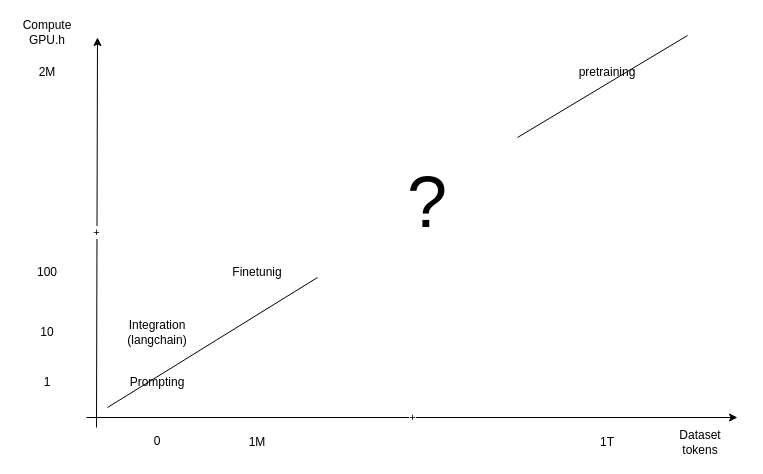
Above: llmos.drawio in cerisara/draws (draw.io), before the change. Source tidied: cells renumbered, new cells numbered last; positions are measured from the earlier drawing's top-left corner, leaving out a move shared by most shapes. Both pictures are drawn from the tidied source at 100%, with x=0, y=0 at pixel (17, 17). Pictures stored in the file or linked from it are replaced by grey dashed boxes.
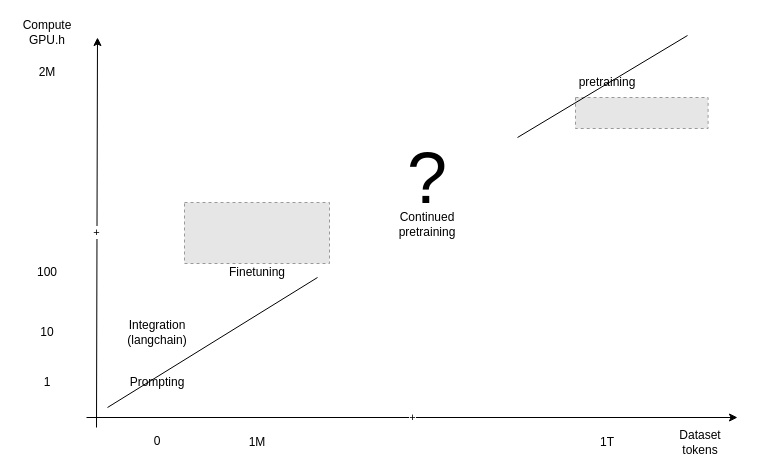
The same page after the edit.

The edit, as a diff of the source:
```diff
@@
+    <mxCell id="20" style="fillColor=#E6E6E6;strokeColor=#999999;dashed=1;html=1;verticalLabelPosition=bottom;verticalAlign=top;" parent="1" vertex="1">
+      <mxGeometry x="558" y="80" width="132.6" height="31" as="geometry" />
+    </mxCell>
@@
-    <mxCell id="7" value="Finetunig" style="text;html=1;strokeColor=none;fillColor=none;align=center;verticalAlign=middle;whiteSpace=wrap;rounded=0;" parent="1" vertex="1">
+    <mxCell id="7" value="Finetuning" style="text;html=1;strokeColor=none;fillColor=none;align=center;verticalAlign=middle;whiteSpace=wrap;rounded=0;" parent="1" vertex="1">
       <mxGeometry x="210" y="240" width="60" height="30" as="geometry" />
     </mxCell>
     <mxCell id="8" value="pretraining" style="text;html=1;strokeColor=none;fillColor=none;align=center;verticalAlign=middle;whiteSpace=wrap;rounded=0;" parent="1" vertex="1">
-      <mxGeometry x="560" y="40" width="60" height="30" as="geometry" />
+      <mxGeometry x="560" y="50" width="60" height="30" as="geometry" />
     </mxCell>
@@
     <mxCell id="17" value="&lt;font style=&quot;font-size: 72px;&quot;&gt;?&lt;/font&gt;" style="text;html=1;strokeColor=none;fillColor=none;align=center;verticalAlign=middle;whiteSpace=wrap;rounded=0;" parent="1" vertex="1">
-      <mxGeometry x="380" y="170" width="60" height="30" as="geometry" />
+      <mxGeometry x="380" y="146" width="60" height="30" as="geometry" />
     </mxCell>
@@
+    <mxCell id="21" style="fillColor=#E6E6E6;strokeColor=#999999;dashed=1;html=1;verticalLabelPosition=bottom;verticalAlign=top;" parent="1" vertex="1">
+      <mxGeometry x="167" y="185" width="145" height="61" as="geometry" />
+    </mxCell>
+    <mxCell id="22" value="Continued&lt;br&gt;pretraining" style="text;html=1;strokeColor=none;fillColor=none;align=center;verticalAlign=middle;whiteSpace=wrap;rounded=0;" parent="1" vertex="1">
+      <mxGeometry x="380" y="192" width="60" height="30" as="geometry" />
+    </mxCell>
```
